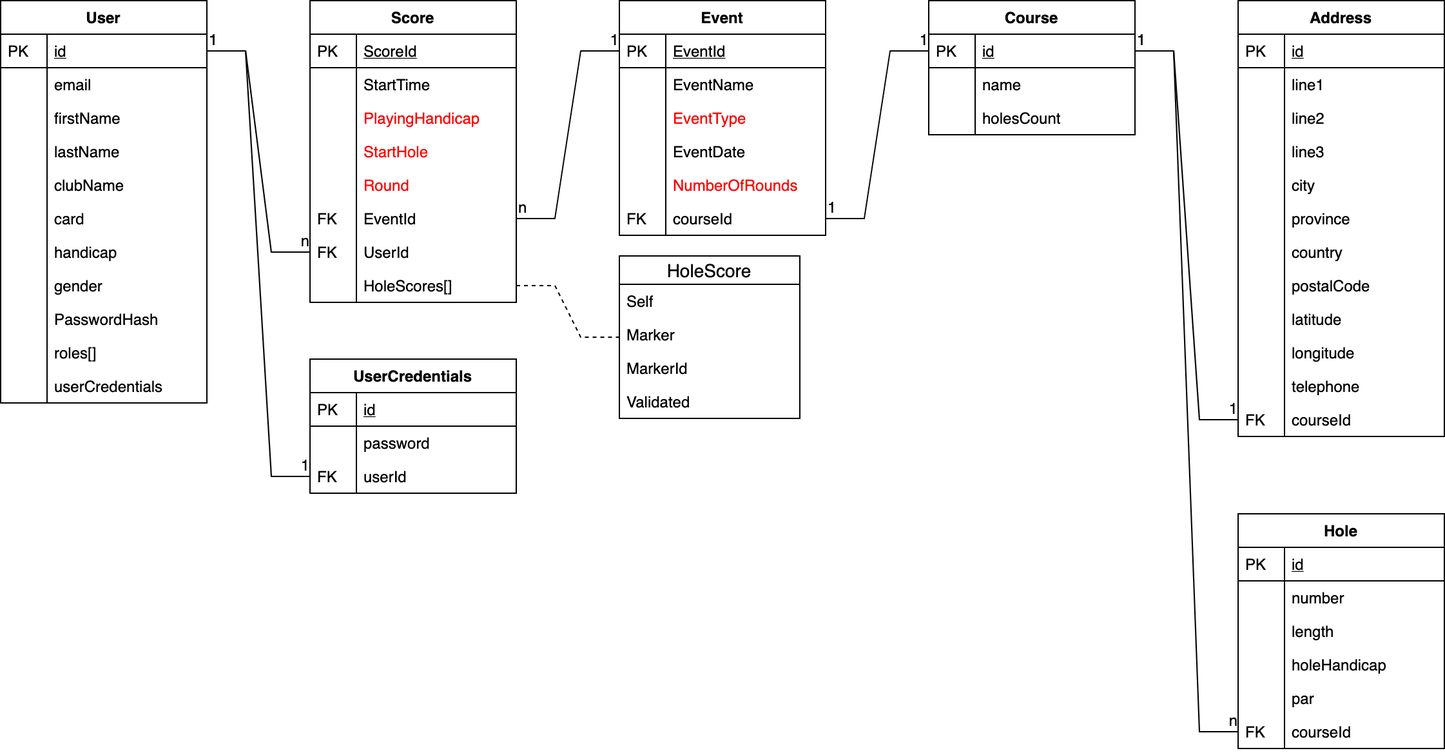
paolob67/GolfScoring keeps this draw.io diagram as ProjectDocs/GolfScoringDB.png. Above is the earlier version. Source tidied: cells renumbered, new cells last; positions are measured from the earlier drawing's top-left corner, leaving out a move shared by most shapes.
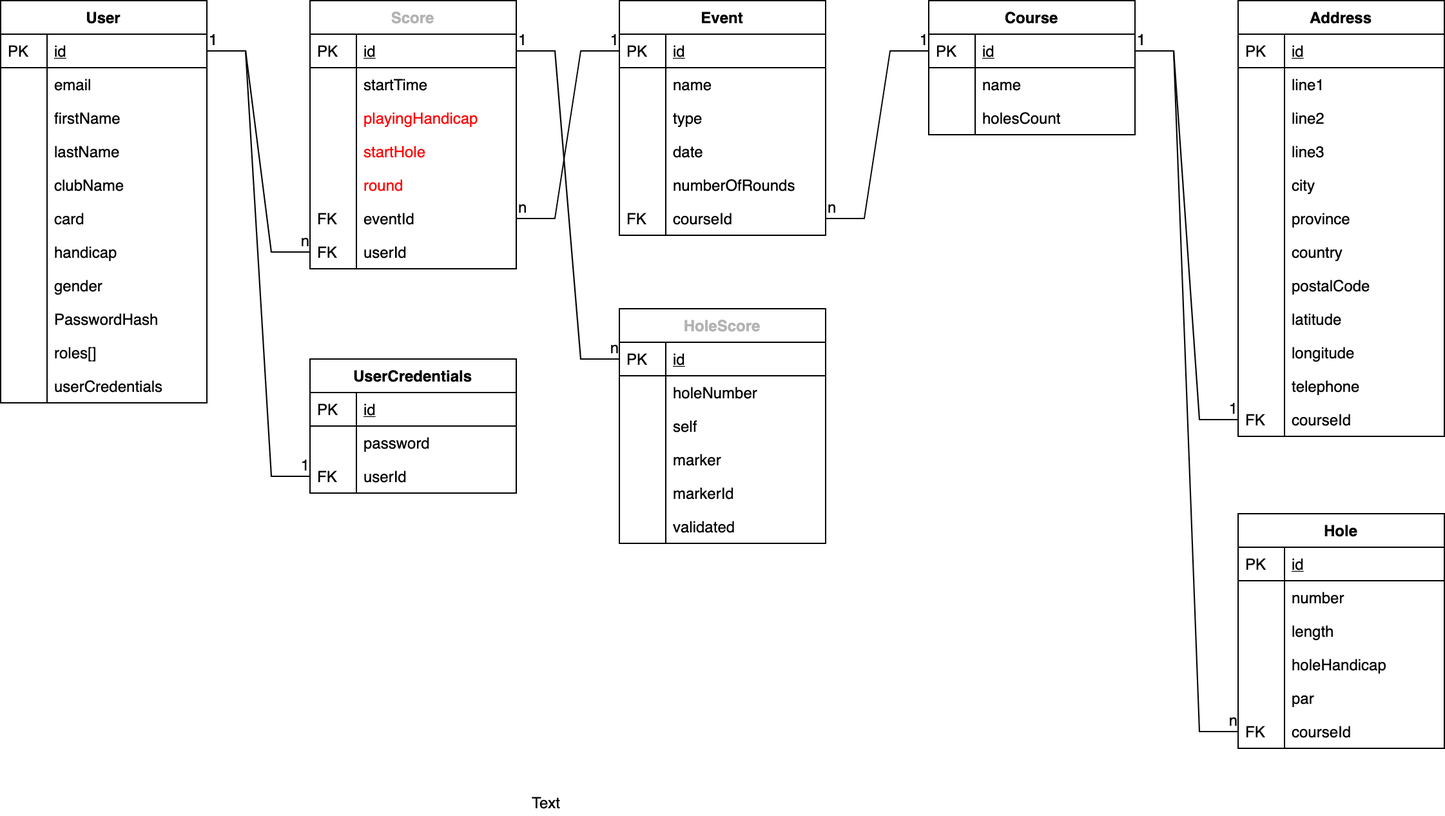
Later version of the same file.

Change to the diagram source:
```diff
@@ -11,57 +11,51 @@
     <mxCell id="4" value="n" style="html=1;align=right;verticalAlign=bottom;" parent="2" vertex="1">
       <mxGeometry x="1" relative="1" as="geometry" />
     </mxCell>
-    <mxCell id="5" value="Score" style="swimlane;fontStyle=1;horizontal=1;startSize=26;rounded=0;shadow=0;strokeWidth=1;" parent="1" vertex="1">
-      <mxGeometry x="240" width="160" height="234" as="geometry" />
+    <mxCell id="5" value="Score" style="swimlane;fontStyle=1;horizontal=1;startSize=26;rounded=0;shadow=0;strokeWidth=1;fontColor=#B3B3B3;" parent="1" vertex="1">
+      <mxGeometry x="240" width="160" height="208" as="geometry" />
     </mxCell>
-    <mxCell id="6" value="ScoreId" style="shape=partialRectangle;top=0;left=0;right=0;bottom=1;align=left;verticalAlign=top;fillColor=none;spacingLeft=40;spacingRight=4;overflow=hidden;points=[[0,0.5],[1,0.5]];portConstraint=eastwest;rounded=0;shadow=0;strokeWidth=1;fontStyle=4;" parent="5" vertex="1">
+    <mxCell id="6" value="id" style="shape=partialRectangle;top=0;left=0;right=0;bottom=1;align=left;verticalAlign=top;fillColor=none;spacingLeft=40;spacingRight=4;overflow=hidden;points=[[0,0.5],[1,0.5]];portConstraint=eastwest;rounded=0;shadow=0;strokeWidth=1;fontStyle=4;" parent="5" vertex="1">
       <mxGeometry y="26" width="160" height="26" as="geometry" />
     </mxCell>
     <mxCell id="7" value="PK" style="shape=partialRectangle;top=0;left=0;bottom=0;fillColor=none;align=left;verticalAlign=top;spacingLeft=4;spacingRight=4;overflow=hidden;" parent="6" vertex="1">
       <mxGeometry width="36" height="26" as="geometry" />
     </mxCell>
-    <mxCell id="8" value="StartTime" style="shape=partialRectangle;top=0;left=0;right=0;bottom=0;align=left;verticalAlign=top;fillColor=none;spacingLeft=40;spacingRight=4;overflow=hidden;rounded=0;shadow=0;strokeWidth=1;" parent="5" vertex="1">
+    <mxCell id="8" value="startTime" style="shape=partialRectangle;top=0;left=0;right=0;bottom=0;align=left;verticalAlign=top;fillColor=none;spacingLeft=40;spacingRight=4;overflow=hidden;rounded=0;shadow=0;strokeWidth=1;" parent="5" vertex="1">
       <mxGeometry y="52" width="160" height="26" as="geometry" />
     </mxCell>
     <mxCell id="9" style="shape=partialRectangle;top=0;left=0;bottom=0;fillColor=none;align=left;verticalAlign=top;spacingLeft=4;spacingRight=4;overflow=hidden;" parent="8" vertex="1">
       <mxGeometry width="36" height="26" as="geometry" />
     </mxCell>
-    <mxCell id="10" value="PlayingHandicap" style="shape=partialRectangle;top=0;left=0;right=0;bottom=0;align=left;verticalAlign=top;fillColor=none;spacingLeft=40;spacingRight=4;overflow=hidden;rounded=0;shadow=0;strokeWidth=1;fontColor=#FF0000;" parent="5" vertex="1">
+    <mxCell id="10" value="playingHandicap" style="shape=partialRectangle;top=0;left=0;right=0;bottom=0;align=left;verticalAlign=top;fillColor=none;spacingLeft=40;spacingRight=4;overflow=hidden;rounded=0;shadow=0;strokeWidth=1;fontColor=#FF0000;" parent="5" vertex="1">
       <mxGeometry y="78" width="160" height="26" as="geometry" />
     </mxCell>
     <mxCell id="11" style="shape=partialRectangle;top=0;left=0;bottom=0;fillColor=none;align=left;verticalAlign=top;spacingLeft=4;spacingRight=4;overflow=hidden;" parent="10" vertex="1">
       <mxGeometry width="36" height="26" as="geometry" />
     </mxCell>
-    <mxCell id="12" value="StartHole" style="shape=partialRectangle;top=0;left=0;right=0;bottom=0;align=left;verticalAlign=top;fillColor=none;spacingLeft=40;spacingRight=4;overflow=hidden;rounded=0;shadow=0;strokeWidth=1;fontColor=#FF0000;" parent="5" vertex="1">
+    <mxCell id="12" value="startHole" style="shape=partialRectangle;top=0;left=0;right=0;bottom=0;align=left;verticalAlign=top;fillColor=none;spacingLeft=40;spacingRight=4;overflow=hidden;rounded=0;shadow=0;strokeWidth=1;fontColor=#FF0000;" parent="5" vertex="1">
       <mxGeometry y="104" width="160" height="26" as="geometry" />
     </mxCell>
     <mxCell id="13" style="shape=partialRectangle;top=0;left=0;bottom=0;fillColor=none;align=left;verticalAlign=top;spacingLeft=4;spacingRight=4;overflow=hidden;" parent="12" vertex="1">
       <mxGeometry width="36" height="26" as="geometry" />
     </mxCell>
-    <mxCell id="14" value="Round" style="shape=partialRectangle;top=0;left=0;right=0;bottom=0;align=left;verticalAlign=top;fillColor=none;spacingLeft=40;spacingRight=4;overflow=hidden;rounded=0;shadow=0;strokeWidth=1;fontColor=#FF0000;" parent="5" vertex="1">
+    <mxCell id="14" value="round" style="shape=partialRectangle;top=0;left=0;right=0;bottom=0;align=left;verticalAlign=top;fillColor=none;spacingLeft=40;spacingRight=4;overflow=hidden;rounded=0;shadow=0;strokeWidth=1;fontColor=#FF0000;" parent="5" vertex="1">
       <mxGeometry y="130" width="160" height="26" as="geometry" />
     </mxCell>
     <mxCell id="15" style="shape=partialRectangle;top=0;left=0;bottom=0;fillColor=none;align=left;verticalAlign=top;spacingLeft=4;spacingRight=4;overflow=hidden;" parent="14" vertex="1">
       <mxGeometry width="36" height="26" as="geometry" />
     </mxCell>
-    <mxCell id="16" value="EventId" style="shape=partialRectangle;top=0;left=0;right=0;bottom=0;align=left;verticalAlign=top;fillColor=none;spacingLeft=40;spacingRight=4;overflow=hidden;points=[[0,0.5],[1,0.5]];portConstraint=eastwest;rounded=0;shadow=0;strokeWidth=1;" parent="5" vertex="1">
+    <mxCell id="16" value="eventId" style="shape=partialRectangle;top=0;left=0;right=0;bottom=0;align=left;verticalAlign=top;fillColor=none;spacingLeft=40;spacingRight=4;overflow=hidden;points=[[0,0.5],[1,0.5]];portConstraint=eastwest;rounded=0;shadow=0;strokeWidth=1;" parent="5" vertex="1">
       <mxGeometry y="156" width="160" height="26" as="geometry" />
     </mxCell>
     <mxCell id="17" value="FK" style="shape=partialRectangle;top=0;left=0;bottom=0;fillColor=none;align=left;verticalAlign=top;spacingLeft=4;spacingRight=4;overflow=hidden;" parent="16" vertex="1">
       <mxGeometry width="36" height="26" as="geometry" />
     </mxCell>
-    <mxCell id="18" value="UserId" style="shape=partialRectangle;top=0;left=0;right=0;bottom=0;align=left;verticalAlign=top;fillColor=none;spacingLeft=40;spacingRight=4;overflow=hidden;points=[[0,0.5],[1,0.5]];portConstraint=eastwest;rounded=0;shadow=0;strokeWidth=1;" parent="5" vertex="1">
+    <mxCell id="18" value="userId" style="shape=partialRectangle;top=0;left=0;right=0;bottom=0;align=left;verticalAlign=top;fillColor=none;spacingLeft=40;spacingRight=4;overflow=hidden;points=[[0,0.5],[1,0.5]];portConstraint=eastwest;rounded=0;shadow=0;strokeWidth=1;" parent="5" vertex="1">
       <mxGeometry y="182" width="160" height="26" as="geometry" />
     </mxCell>
     <mxCell id="19" value="FK" style="shape=partialRectangle;top=0;left=0;bottom=0;fillColor=none;align=left;verticalAlign=top;spacingLeft=4;spacingRight=4;overflow=hidden;" parent="18" vertex="1">
       <mxGeometry width="36" height="26" as="geometry" />
     </mxCell>
-    <mxCell id="20" value="HoleScores[]" style="shape=partialRectangle;top=0;left=0;right=0;bottom=0;align=left;verticalAlign=top;fillColor=none;spacingLeft=40;spacingRight=4;overflow=hidden;points=[[0,0.5],[1,0.5]];portConstraint=eastwest;rounded=0;shadow=0;strokeWidth=1;" parent="5" vertex="1">
-      <mxGeometry y="208" width="160" height="26" as="geometry" />
-    </mxCell>
-    <mxCell id="21" style="shape=partialRectangle;top=0;left=0;bottom=0;fillColor=none;align=left;verticalAlign=top;spacingLeft=4;spacingRight=4;overflow=hidden;" parent="20" vertex="1">
-      <mxGeometry width="36" height="26" as="geometry" />
-    </mxCell>
     <mxCell id="22" style="endArrow=none;html=1;rounded=0;edgeStyle=entityRelationEdgeStyle;" parent="1" edge="1" source="16" target="26">
       <mxGeometry relative="1" as="geometry" />
     </mxCell>
@@ -74,31 +68,31 @@
     <mxCell id="25" value="Event" style="swimlane;fontStyle=1;horizontal=1;startSize=26;rounded=0;shadow=0;strokeWidth=1;" parent="1" vertex="1">
       <mxGeometry x="480" width="160" height="182" as="geometry" />
     </mxCell>
-    <mxCell id="26" value="EventId" style="shape=partialRectangle;top=0;left=0;right=0;bottom=1;align=left;verticalAlign=top;fillColor=none;spacingLeft=40;spacingRight=4;overflow=hidden;points=[[0,0.5],[1,0.5]];portConstraint=eastwest;rounded=0;shadow=0;strokeWidth=1;fontStyle=4;" parent="25" vertex="1">
+    <mxCell id="26" value="id" style="shape=partialRectangle;top=0;left=0;right=0;bottom=1;align=left;verticalAlign=top;fillColor=none;spacingLeft=40;spacingRight=4;overflow=hidden;points=[[0,0.5],[1,0.5]];portConstraint=eastwest;rounded=0;shadow=0;strokeWidth=1;fontStyle=4;" parent="25" vertex="1">
       <mxGeometry y="26" width="160" height="26" as="geometry" />
     </mxCell>
     <mxCell id="27" value="PK" style="shape=partialRectangle;top=0;left=0;bottom=0;fillColor=none;align=left;verticalAlign=top;spacingLeft=4;spacingRight=4;overflow=hidden;" parent="26" vertex="1">
       <mxGeometry width="36" height="26" as="geometry" />
     </mxCell>
-    <mxCell id="28" value="EventName" style="shape=partialRectangle;top=0;left=0;right=0;bottom=0;align=left;verticalAlign=top;fillColor=none;spacingLeft=40;spacingRight=4;overflow=hidden;rounded=0;shadow=0;strokeWidth=1;" parent="25" vertex="1">
+    <mxCell id="28" value="name" style="shape=partialRectangle;top=0;left=0;right=0;bottom=0;align=left;verticalAlign=top;fillColor=none;spacingLeft=40;spacingRight=4;overflow=hidden;rounded=0;shadow=0;strokeWidth=1;" parent="25" vertex="1">
       <mxGeometry y="52" width="160" height="26" as="geometry" />
     </mxCell>
     <mxCell id="29" style="shape=partialRectangle;top=0;left=0;bottom=0;fillColor=none;align=left;verticalAlign=top;spacingLeft=4;spacingRight=4;overflow=hidden;" parent="28" vertex="1">
       <mxGeometry width="36" height="26" as="geometry" />
     </mxCell>
-    <mxCell id="30" value="EventType" style="shape=partialRectangle;top=0;left=0;right=0;bottom=0;align=left;verticalAlign=top;fillColor=none;spacingLeft=40;spacingRight=4;overflow=hidden;rounded=0;shadow=0;strokeWidth=1;fontColor=#FF0000;" parent="25" vertex="1">
+    <mxCell id="30" value="type" style="shape=partialRectangle;top=0;left=0;right=0;bottom=0;align=left;verticalAlign=top;fillColor=none;spacingLeft=40;spacingRight=4;overflow=hidden;rounded=0;shadow=0;strokeWidth=1;fontColor=#000000;" parent="25" vertex="1">
       <mxGeometry y="78" width="160" height="26" as="geometry" />
     </mxCell>
     <mxCell id="31" style="shape=partialRectangle;top=0;left=0;bottom=0;fillColor=none;align=left;verticalAlign=top;spacingLeft=4;spacingRight=4;overflow=hidden;" parent="30" vertex="1">
       <mxGeometry width="36" height="26" as="geometry" />
     </mxCell>
-    <mxCell id="32" value="EventDate" style="shape=partialRectangle;top=0;left=0;right=0;bottom=0;align=left;verticalAlign=top;fillColor=none;spacingLeft=40;spacingRight=4;overflow=hidden;rounded=0;shadow=0;strokeWidth=1;" parent="25" vertex="1">
+    <mxCell id="32" value="date" style="shape=partialRectangle;top=0;left=0;right=0;bottom=0;align=left;verticalAlign=top;fillColor=none;spacingLeft=40;spacingRight=4;overflow=hidden;rounded=0;shadow=0;strokeWidth=1;" parent="25" vertex="1">
       <mxGeometry y="104" width="160" height="26" as="geometry" />
     </mxCell>
     <mxCell id="33" style="shape=partialRectangle;top=0;left=0;bottom=0;fillColor=none;align=left;verticalAlign=top;spacingLeft=4;spacingRight=4;overflow=hidden;" parent="32" vertex="1">
       <mxGeometry width="36" height="26" as="geometry" />
     </mxCell>
-    <mxCell id="34" value="NumberOfRounds" style="shape=partialRectangle;top=0;left=0;right=0;bottom=0;align=left;verticalAlign=top;fillColor=none;spacingLeft=40;spacingRight=4;overflow=hidden;rounded=0;shadow=0;strokeWidth=1;fontColor=#FF0000;" parent="25" vertex="1">
+    <mxCell id="34" value="numberOfRounds" style="shape=partialRectangle;top=0;left=0;right=0;bottom=0;align=left;verticalAlign=top;fillColor=none;spacingLeft=40;spacingRight=4;overflow=hidden;rounded=0;shadow=0;strokeWidth=1;fontColor=#000000;" parent="25" vertex="1">
       <mxGeometry y="130" width="160" height="26" as="geometry" />
     </mxCell>
     <mxCell id="35" style="shape=partialRectangle;top=0;left=0;bottom=0;fillColor=none;align=left;verticalAlign=top;spacingLeft=4;spacingRight=4;overflow=hidden;" parent="34" vertex="1">
@@ -113,7 +107,7 @@
     <mxCell id="38" style="endArrow=none;html=1;rounded=0;edgeStyle=entityRelationEdgeStyle;entryX=0;entryY=0.5;entryDx=0;entryDy=0;" parent="1" edge="1" source="36" target="42">
       <mxGeometry relative="1" as="geometry" />
     </mxCell>
-    <mxCell id="39" value="1" style="html=1;align=left;verticalAlign=bottom;" parent="38" vertex="1">
+    <mxCell id="39" value="n" style="html=1;align=left;verticalAlign=bottom;" parent="38" vertex="1">
       <mxGeometry x="-1" relative="1" as="geometry" />
     </mxCell>
     <mxCell id="40" value="1" style="html=1;align=right;verticalAlign=bottom;" parent="38" vertex="1">
@@ -140,24 +134,6 @@
     <mxCell id="47" style="shape=partialRectangle;top=0;left=0;bottom=0;fillColor=none;align=left;verticalAlign=top;spacingLeft=4;spacingRight=4;overflow=hidden;" parent="46" vertex="1">
       <mxGeometry width="36" height="26" as="geometry" />
     </mxCell>
-    <mxCell id="48" style="edgeStyle=entityRelationEdgeStyle;rounded=0;jettySize=auto;html=1;endArrow=none;endFill=0;dashed=1;exitX=1;exitY=0.5;exitDx=0;exitDy=0;" parent="1" edge="1" source="20" target="49">
-      <mxGeometry relative="1" as="geometry" />
-    </mxCell>
-    <mxCell id="49" value="HoleScore" style="swimlane;fontStyle=0;horizontal=1;startSize=22;align=center;fontSize=14;" parent="1" vertex="1">
-      <mxGeometry x="480" y="198" width="140" height="126" as="geometry" />
-    </mxCell>
-    <mxCell id="50" value="Self" style="text;strokeColor=none;fillColor=none;spacingLeft=4;spacingRight=4;overflow=hidden;fontSize=12;" parent="49" vertex="1">
-      <mxGeometry y="22" width="140" height="26" as="geometry" />
-    </mxCell>
-    <mxCell id="51" value="Marker" style="text;strokeColor=none;fillColor=none;spacingLeft=4;spacingRight=4;overflow=hidden;fontSize=12;" parent="49" vertex="1">
-      <mxGeometry y="48" width="140" height="26" as="geometry" />
-    </mxCell>
-    <mxCell id="52" value="MarkerId" style="text;strokeColor=none;fillColor=none;spacingLeft=4;spacingRight=4;overflow=hidden;fontSize=12;" parent="49" vertex="1">
-      <mxGeometry y="74" width="140" height="26" as="geometry" />
-    </mxCell>
-    <mxCell id="53" value="Validated" style="text;strokeColor=none;fillColor=none;spacingLeft=4;spacingRight=4;overflow=hidden;fontSize=12;fontColor=#000000;" parent="49" vertex="1">
-      <mxGeometry y="100" width="140" height="26" as="geometry" />
-    </mxCell>
     <mxCell id="54" style="endArrow=none;html=1;rounded=0;edgeStyle=entityRelationEdgeStyle;" parent="1" edge="1" source="86" target="129">
       <mxGeometry relative="1" as="geometry" />
     </mxCell>
@@ -389,5 +365,56 @@
     <mxCell id="130" value="FK" style="shape=partialRectangle;top=0;left=0;bottom=0;fillColor=none;align=left;verticalAlign=top;spacingLeft=4;spacingRight=4;overflow=hidden;" parent="129" vertex="1">
       <mxGeometry width="36" height="26" as="geometry" />
     </mxCell>
+    <mxCell id="131" value="Text" style="text;html=1;align=center;verticalAlign=middle;fontColor=#000000;" parent="1" vertex="1">
+      <mxGeometry x="403" y="612" width="40" height="20" as="geometry" />
+    </mxCell>
+    <mxCell id="49" value="HoleScore" style="swimlane;fontStyle=1;horizontal=1;startSize=26;rounded=0;shadow=0;strokeWidth=1;fontColor=#B3B3B3;" parent="1" vertex="1">
+      <mxGeometry x="480" y="239" width="160" height="182" as="geometry" />
+    </mxCell>
+    <mxCell id="132" value="id" style="shape=partialRectangle;top=0;left=0;right=0;bottom=1;align=left;verticalAlign=top;fillColor=none;spacingLeft=40;spacingRight=4;overflow=hidden;points=[[0,0.5],[1,0.5]];portConstraint=eastwest;rounded=0;shadow=0;strokeWidth=1;fontStyle=4;" parent="49" vertex="1">
+      <mxGeometry y="26" width="160" height="26" as="geometry" />
+    </mxCell>
+    <mxCell id="133" value="PK" style="shape=partialRectangle;top=0;left=0;bottom=0;fillColor=none;align=left;verticalAlign=top;spacingLeft=4;spacingRight=4;overflow=hidden;" parent="132" vertex="1">
+      <mxGeometry width="36" height="26" as="geometry" />
+    </mxCell>
+    <mxCell id="134" value="holeNumber" style="shape=partialRectangle;top=0;left=0;right=0;bottom=0;align=left;verticalAlign=top;fillColor=none;spacingLeft=40;spacingRight=4;overflow=hidden;rounded=0;shadow=0;strokeWidth=1;" parent="49" vertex="1">
+      <mxGeometry y="52" width="160" height="26" as="geometry" />
+    </mxCell>
+    <mxCell id="135" style="shape=partialRectangle;top=0;left=0;bottom=0;fillColor=none;align=left;verticalAlign=top;spacingLeft=4;spacingRight=4;overflow=hidden;" parent="134" vertex="1">
+      <mxGeometry width="36" height="26" as="geometry" />
+    </mxCell>
+    <mxCell id="136" value="self" style="shape=partialRectangle;top=0;left=0;right=0;bottom=0;align=left;verticalAlign=top;fillColor=none;spacingLeft=40;spacingRight=4;overflow=hidden;rounded=0;shadow=0;strokeWidth=1;fontColor=#000000;" parent="49" vertex="1">
+      <mxGeometry y="78" width="160" height="26" as="geometry" />
+    </mxCell>
+    <mxCell id="137" style="shape=partialRectangle;top=0;left=0;bottom=0;fillColor=none;align=left;verticalAlign=top;spacingLeft=4;spacingRight=4;overflow=hidden;" parent="136" vertex="1">
+      <mxGeometry width="36" height="26" as="geometry" />
+    </mxCell>
+    <mxCell id="138" value="marker" style="shape=partialRectangle;top=0;left=0;right=0;bottom=0;align=left;verticalAlign=top;fillColor=none;spacingLeft=40;spacingRight=4;overflow=hidden;rounded=0;shadow=0;strokeWidth=1;" parent="49" vertex="1">
+      <mxGeometry y="104" width="160" height="26" as="geometry" />
+    </mxCell>
+    <mxCell id="139" style="shape=partialRectangle;top=0;left=0;bottom=0;fillColor=none;align=left;verticalAlign=top;spacingLeft=4;spacingRight=4;overflow=hidden;" parent="138" vertex="1">
+      <mxGeometry width="36" height="26" as="geometry" />
+    </mxCell>
+    <mxCell id="140" value="markerId" style="shape=partialRectangle;top=0;left=0;right=0;bottom=0;align=left;verticalAlign=top;fillColor=none;spacingLeft=40;spacingRight=4;overflow=hidden;rounded=0;shadow=0;strokeWidth=1;fontColor=#000000;" parent="49" vertex="1">
+      <mxGeometry y="130" width="160" height="26" as="geometry" />
+    </mxCell>
+    <mxCell id="141" style="shape=partialRectangle;top=0;left=0;bottom=0;fillColor=none;align=left;verticalAlign=top;spacingLeft=4;spacingRight=4;overflow=hidden;" parent="140" vertex="1">
+      <mxGeometry width="36" height="26" as="geometry" />
+    </mxCell>
+    <mxCell id="142" value="validated" style="shape=partialRectangle;top=0;left=0;right=0;bottom=0;align=left;verticalAlign=top;fillColor=none;spacingLeft=40;spacingRight=4;overflow=hidden;rounded=0;shadow=0;strokeWidth=1;" parent="49" vertex="1">
+      <mxGeometry y="156" width="160" height="26" as="geometry" />
+    </mxCell>
+    <mxCell id="143" style="shape=partialRectangle;top=0;left=0;bottom=0;fillColor=none;align=left;verticalAlign=top;spacingLeft=4;spacingRight=4;overflow=hidden;" parent="142" vertex="1">
+      <mxGeometry width="36" height="26" as="geometry" />
+    </mxCell>
+    <mxCell id="144" style="endArrow=none;html=1;rounded=0;edgeStyle=entityRelationEdgeStyle;exitX=1;exitY=0.5;exitDx=0;exitDy=0;entryX=0;entryY=0.5;entryDx=0;entryDy=0;" parent="1" edge="1" source="6" target="132">
+      <mxGeometry relative="1" as="geometry" />
+    </mxCell>
+    <mxCell id="145" value="1" style="html=1;align=left;verticalAlign=bottom;" parent="144" vertex="1">
+      <mxGeometry x="-1" relative="1" as="geometry" />
+    </mxCell>
+    <mxCell id="146" value="n" style="html=1;align=right;verticalAlign=bottom;" parent="144" vertex="1">
+      <mxGeometry x="1" relative="1" as="geometry" />
+    </mxCell>
   </root>
 </mxGraphModel>
```
